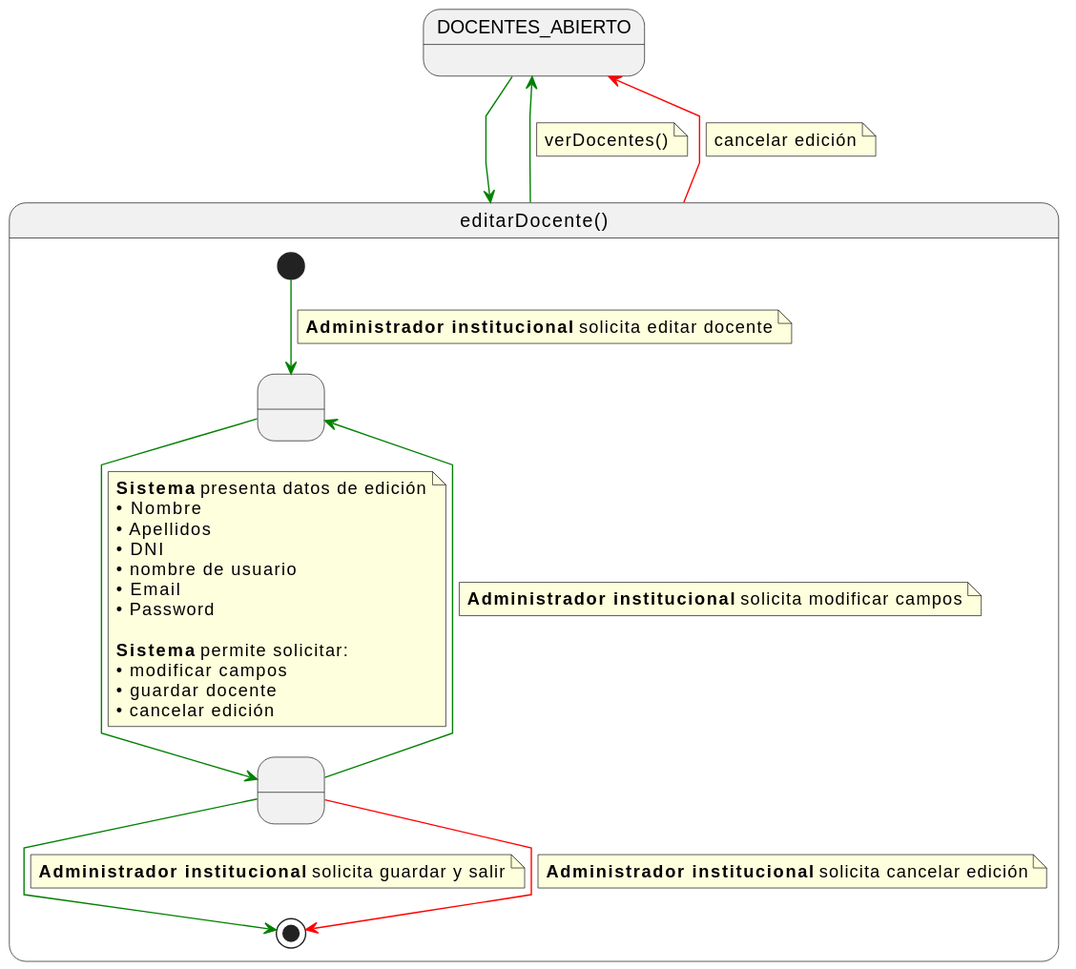
The PlantUML diagram documents/casos-de-uso/detalladoCasosDeUso/editarDocente/editarDocente.svg in martinlopez7/25-26-IdSw1-SdR, before a commit.
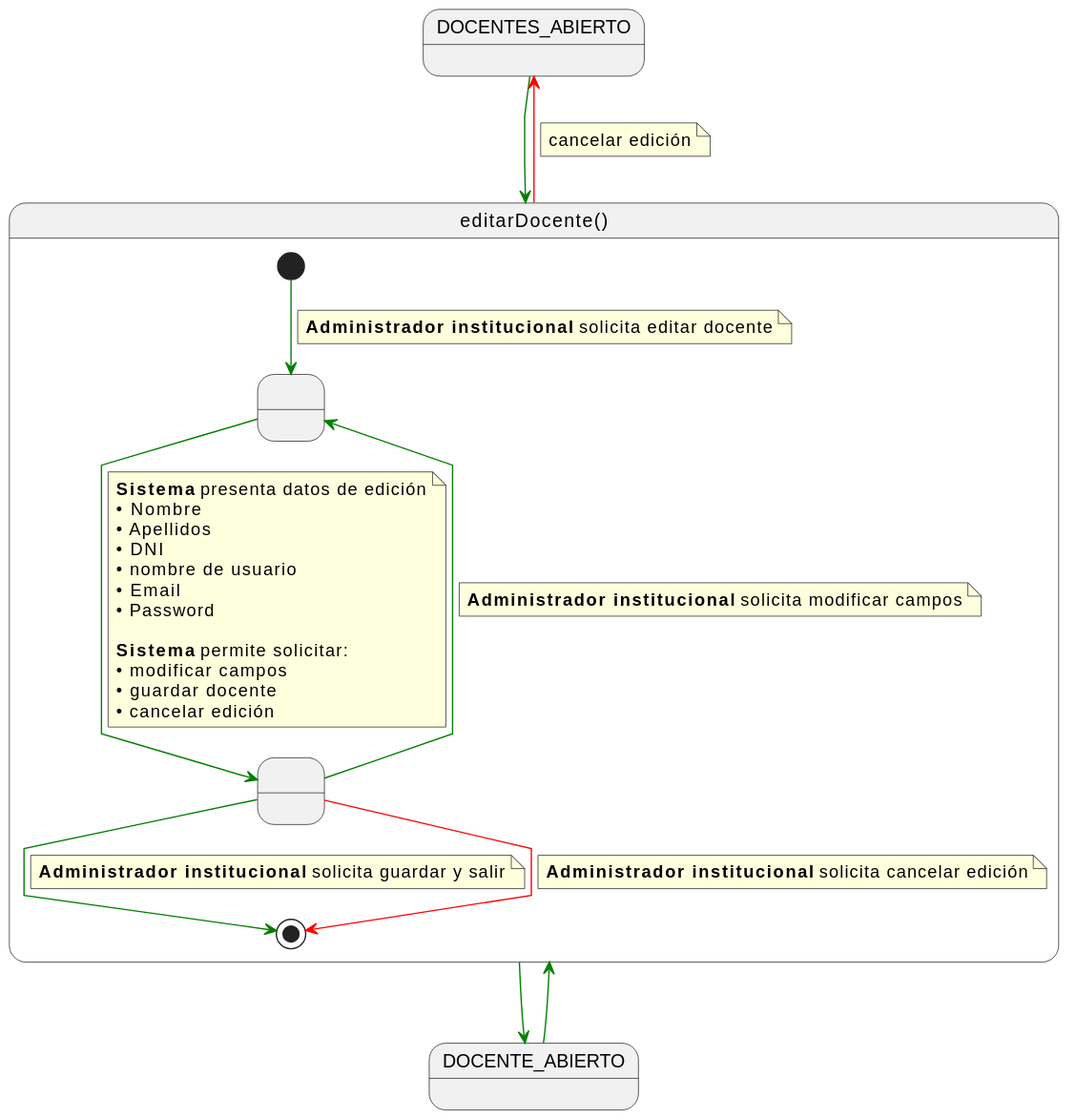
Above is the later version.

The edit, as a diff of the source:
```diff
@@ -4,6 +4,8 @@
 state DOCENTES_ABIERTO
 
 DOCENTES_ABIERTO -[#green]-> editarDocente
+
+DOCENTE_ABIERTO -[#green]-> editarDocente
 
 state editarDocente as "editarDocente()" {
 
@@ -47,10 +49,7 @@
     end note
 }
 
-editarDocente -[#green]-> DOCENTES_ABIERTO
-note on link
-verDocentes()
-end note
+editarDocente -[#green]-> DOCENTE_ABIERTO
 
 editarDocente -[#red]-> DOCENTES_ABIERTO
 note on link
```
